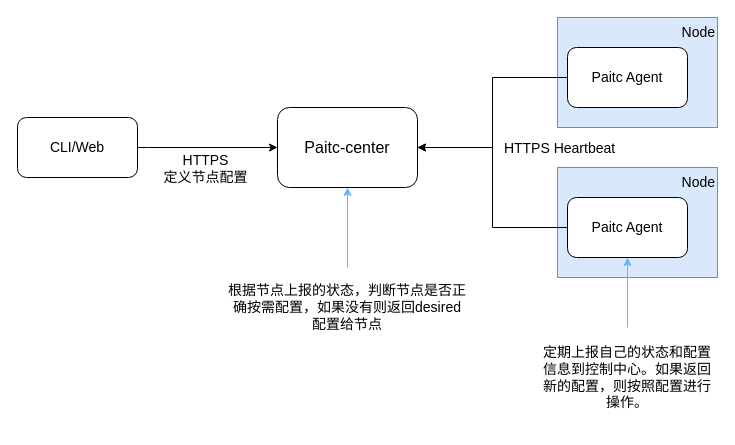
Before: page "Page-1" (1 of 3) of tc-platform.drawio in formula1kimi/draw.io, a draw.io diagram. Source tidied: cells renumbered, new cells numbered last; positions are measured from the earlier drawing's top-left corner, leaving out a move shared by most shapes. Both pictures are drawn from the tidied source at 100%, with x=0, y=0 at pixel (17, 17).
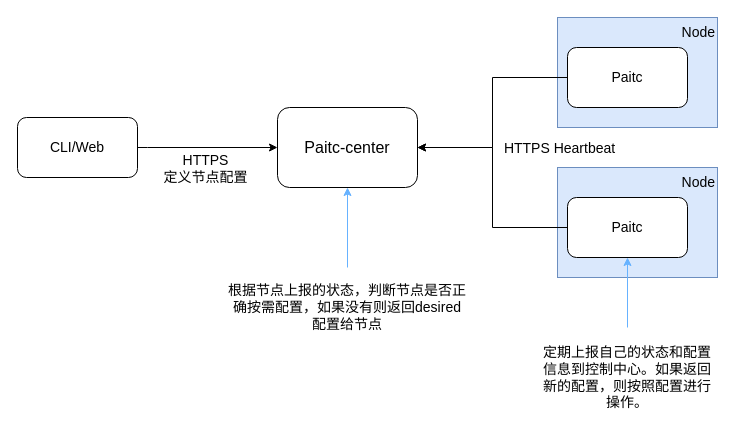
The same page after the edit.

The edit, as a diff of the source:
```diff
@@
 <mxGraphModel>
   <root>
     <mxCell id="0" />
     <mxCell id="1" parent="0" />
     <mxCell id="2" value="Node" style="rounded=0;whiteSpace=wrap;html=1;fontSize=14;align=right;verticalAlign=top;fillColor=#dae8fc;strokeColor=#6c8ebf;" parent="1" vertex="1">
       <mxGeometry x="540" width="160" height="110" as="geometry" />
     </mxCell>
     <mxCell id="3" style="edgeStyle=orthogonalEdgeStyle;rounded=0;jettySize=auto;html=1;fontSize=14;exitX=0;exitY=0.5;exitDx=0;exitDy=0;entryX=1;entryY=0.5;entryDx=0;entryDy=0;" parent="1" edge="1" source="8" target="4">
       <mxGeometry relative="1" as="geometry" />
     </mxCell>
     <mxCell id="4" value="Paitc-center" style="rounded=1;whiteSpace=wrap;html=1;fontSize=16;" parent="1" vertex="1">
       <mxGeometry x="260" y="90" width="140" height="80" as="geometry" />
     </mxCell>
     <mxCell id="5" style="edgeStyle=orthogonalEdgeStyle;rounded=0;jettySize=auto;html=1;entryX=0;entryY=0.5;entryDx=0;entryDy=0;fontSize=14;" parent="1" edge="1" source="7" target="4">
       <mxGeometry relative="1" as="geometry">
         <Array as="points">
           <mxPoint x="130" y="130" />
         </Array>
       </mxGeometry>
     </mxCell>
     <mxCell id="6" value="&lt;div&gt;HTTPS&lt;/div&gt;&lt;div&gt;定义节点配置&lt;br&gt;&lt;/div&gt;" style="edgeLabel;html=1;align=center;verticalAlign=middle;fontSize=14;" parent="5" vertex="1">
       <mxGeometry x="0.28" y="-3" relative="1" as="geometry">
         <mxPoint x="-23" y="17" as="offset" />
       </mxGeometry>
     </mxCell>
     <mxCell id="7" value="CLI/Web" style="rounded=1;whiteSpace=wrap;html=1;fontSize=14;" parent="1" vertex="1">
       <mxGeometry y="100" width="120" height="60" as="geometry" />
     </mxCell>
-    <mxCell id="8" value="Paitc Agent" style="rounded=1;whiteSpace=wrap;html=1;fontSize=14;" parent="1" vertex="1">
+    <mxCell id="8" value="Paitc" style="rounded=1;whiteSpace=wrap;html=1;fontSize=14;" parent="1" vertex="1">
       <mxGeometry x="550" y="30" width="120" height="60" as="geometry" />
     </mxCell>
     <mxCell id="9" value="&lt;div style=&quot;font-size: 14px&quot;&gt;Node&lt;br style=&quot;font-size: 14px&quot;&gt;&lt;/div&gt;" style="rounded=0;whiteSpace=wrap;html=1;fontSize=14;align=right;verticalAlign=top;fillColor=#dae8fc;strokeColor=#6c8ebf;" parent="1" vertex="1">
       <mxGeometry x="540" y="150" width="160" height="110" as="geometry" />
     </mxCell>
-    <mxCell id="10" value="Paitc Agent" style="rounded=1;whiteSpace=wrap;html=1;fontSize=14;" parent="1" vertex="1">
+    <mxCell id="10" value="Paitc" style="rounded=1;whiteSpace=wrap;html=1;fontSize=14;" parent="1" vertex="1">
       <mxGeometry x="550" y="180" width="120" height="60" as="geometry" />
     </mxCell>
     <mxCell id="11" style="edgeStyle=orthogonalEdgeStyle;rounded=0;jettySize=auto;html=1;fontSize=14;exitX=0;exitY=0.5;exitDx=0;exitDy=0;entryX=1;entryY=0.5;entryDx=0;entryDy=0;" parent="1" edge="1" source="10" target="4">
       <mxGeometry relative="1" as="geometry" />
     </mxCell>
     <mxCell id="12" value="HTTPS Heartbeat" style="edgeLabel;html=1;align=center;verticalAlign=middle;fontSize=14;" parent="11" vertex="1">
       <mxGeometry x="-0.39" y="-4" relative="1" as="geometry">
         <mxPoint x="61" y="-76" as="offset" />
       </mxGeometry>
     </mxCell>
     <mxCell id="13" style="edgeStyle=orthogonalEdgeStyle;rounded=0;jettySize=auto;html=1;fontSize=14;fillColor=#008a00;strokeColor=#66B2FF;" parent="1" edge="1" source="14" target="4">
       <mxGeometry relative="1" as="geometry" />
     </mxCell>
     <mxCell id="14" value="根据节点上报的状态，判断节点是否正确按需配置，如果没有则返回desired 配置给节点" style="text;html=1;strokeColor=none;fillColor=none;align=center;verticalAlign=middle;whiteSpace=wrap;rounded=0;shadow=0;glass=0;fontSize=14;" parent="1" vertex="1">
       <mxGeometry x="210" y="250" width="240" height="80" as="geometry" />
     </mxCell>
     <mxCell id="15" style="edgeStyle=orthogonalEdgeStyle;rounded=0;jettySize=auto;html=1;fontSize=14;strokeColor=#66B2FF;" parent="1" edge="1" source="16" target="10">
       <mxGeometry relative="1" as="geometry" />
     </mxCell>
     <mxCell id="16" value="定期上报自己的状态和配置信息到控制中心。如果返回新的配置，则按照配置进行操作。" style="text;html=1;strokeColor=none;fillColor=none;align=center;verticalAlign=middle;whiteSpace=wrap;rounded=0;shadow=0;glass=0;fontSize=14;" parent="1" vertex="1">
       <mxGeometry x="520" y="310" width="180" height="100" as="geometry" />
     </mxCell>
   </root>
 </mxGraphModel>
```
